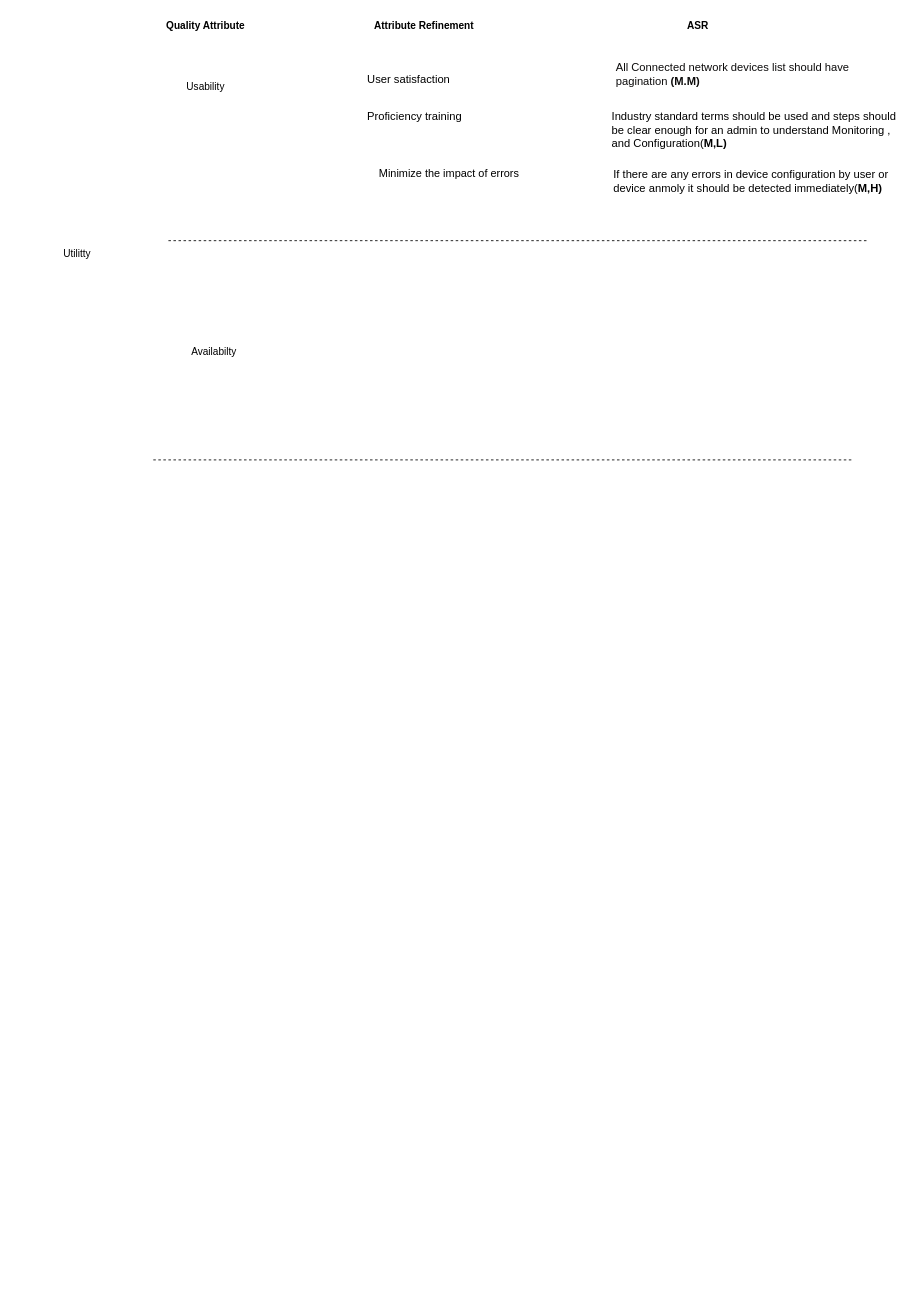
The draw.io diagram page "Page-5" (5 of 5) of Untitled Diagram.drawio in Gajanana/FirstPhase, before the edit. Source tidied: cells renumbered, new cells numbered last; positions are measured from the earlier drawing's top-left corner, leaving out a move shared by most shapes. Both pictures are drawn from the tidied source at 84%, with x=0, y=0 at pixel (51, 14).
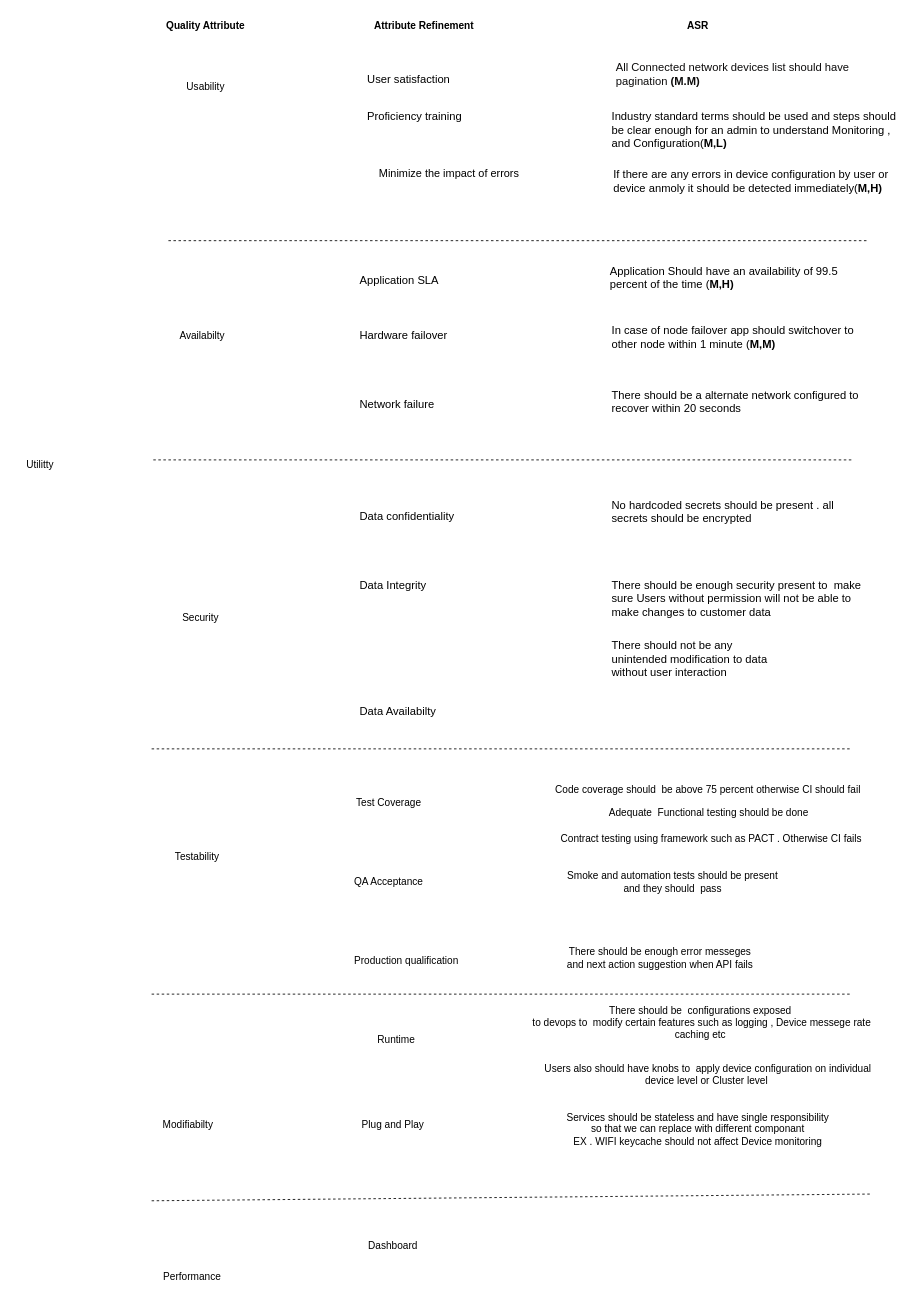
The same page after the edit.

What changed in the source:
```diff
@@
     <mxCell id="2" value="Utilitty" style="text;html=1;align=center;verticalAlign=middle;strokeColor=none;fillColor=none;" parent="1" vertex="1">
-      <mxGeometry y="270" width="60" height="30" as="geometry" />
+      <mxGeometry x="-44" y="521" width="60" height="30" as="geometry" />
     </mxCell>
@@
     <mxCell id="15" value="Availabilty" style="text;html=1;align=center;verticalAlign=middle;strokeColor=none;fillColor=none;" parent="1" vertex="1">
-      <mxGeometry x="157" y="389" width="72" height="26" as="geometry" />
+      <mxGeometry x="142.5" y="370" width="72" height="26" as="geometry" />
     </mxCell>
+    <mxCell id="16" value="&lt;span style=&quot;font-size: 10pt;&quot;&gt;Application SLA&lt;/span&gt;" style="text;whiteSpace=wrap;html=1;" parent="1" vertex="1">
+      <mxGeometry x="365" y="302" width="148.5" height="38" as="geometry" />
+    </mxCell>
+    <mxCell id="17" value="&lt;span style=&quot;font-size: 10pt;&quot;&gt;Application Should have an availability of 99.5 percent of the time (&lt;/span&gt;&lt;b style=&quot;font-size: 13.3333px;&quot;&gt;M,H)&lt;/b&gt;" style="text;whiteSpace=wrap;html=1;" parent="1" vertex="1">
+      <mxGeometry x="663" y="291" width="305" height="38" as="geometry" />
+    </mxCell>
+    <mxCell id="18" value="&lt;span style=&quot;font-size: 10pt;&quot;&gt;Hardware failover&lt;/span&gt;" style="text;whiteSpace=wrap;html=1;" parent="1" vertex="1">
+      <mxGeometry x="365" y="368" width="148.5" height="38" as="geometry" />
+    </mxCell>
+    <mxCell id="19" value="&lt;span style=&quot;font-size: 10pt;&quot;&gt;In case of node failover app should switchover to other node within 1 minute&amp;nbsp;&lt;/span&gt;&lt;span style=&quot;font-size: 10pt;&quot;&gt;(&lt;/span&gt;&lt;b style=&quot;font-size: 13.3333px;&quot;&gt;M,M)&lt;/b&gt;" style="text;whiteSpace=wrap;html=1;" parent="1" vertex="1">
+      <mxGeometry x="665" y="362" width="305" height="38" as="geometry" />
+    </mxCell>
+    <mxCell id="20" value="&lt;span style=&quot;font-size: 10pt;&quot;&gt;Network failure&lt;/span&gt;" style="text;whiteSpace=wrap;html=1;" parent="1" vertex="1">
+      <mxGeometry x="365" y="450" width="148.5" height="38" as="geometry" />
+    </mxCell>
+    <mxCell id="21" value="&lt;span style=&quot;font-size: 13.3333px;&quot;&gt;There should be a alternate network configured to recover within 20 seconds&lt;/span&gt;" style="text;whiteSpace=wrap;html=1;" parent="1" vertex="1">
+      <mxGeometry x="665" y="439" width="310" height="38" as="geometry" />
+    </mxCell>
+    <mxCell id="22" style="endArrow=none;html=1;rounded=0;fontFamily=Helvetica;fontColor=#000000;dashed=1;" parent="1" edge="1">
+      <mxGeometry relative="1" as="geometry">
+        <mxPoint x="119" y="874" as="sourcePoint" />
+        <mxPoint x="953" y="874" as="targetPoint" />
+      </mxGeometry>
+    </mxCell>
+    <mxCell id="23" value="Security" style="text;html=1;align=center;verticalAlign=middle;strokeColor=none;fillColor=none;" parent="1" vertex="1">
+      <mxGeometry x="146" y="705" width="61" height="26" as="geometry" />
+    </mxCell>
+    <mxCell id="24" value="&lt;span style=&quot;font-size: 10pt;&quot;&gt;Data confidentiality&lt;/span&gt;" style="text;whiteSpace=wrap;html=1;" parent="1" vertex="1">
+      <mxGeometry x="365" y="583" width="148.5" height="38" as="geometry" />
+    </mxCell>
+    <mxCell id="25" value="&lt;span style=&quot;font-size: 13.3333px;&quot;&gt;No hardcoded secrets should be present . all secrets should be encrypted&amp;nbsp;&lt;/span&gt;" style="text;whiteSpace=wrap;html=1;" parent="1" vertex="1">
+      <mxGeometry x="665" y="570" width="305" height="38" as="geometry" />
+    </mxCell>
+    <mxCell id="26" value="&lt;span style=&quot;font-size: 10pt;&quot;&gt;Data Integrity&lt;/span&gt;" style="text;whiteSpace=wrap;html=1;" parent="1" vertex="1">
+      <mxGeometry x="365" y="665" width="148.5" height="38" as="geometry" />
+    </mxCell>
+    <mxCell id="27" value="&lt;span style=&quot;font-size: 13.3333px;&quot;&gt;There should be enough security present to&amp;nbsp; make sure Users without permission will not be able to make changes to customer data&lt;/span&gt;" style="text;whiteSpace=wrap;html=1;" parent="1" vertex="1">
+      <mxGeometry x="665" y="665" width="305" height="38" as="geometry" />
+    </mxCell>
+    <mxCell id="28" value="&lt;span style=&quot;font-size: 13.3333px;&quot;&gt;There should not be any unintended modification to data without user interaction&lt;/span&gt;" style="text;whiteSpace=wrap;html=1;" parent="1" vertex="1">
+      <mxGeometry x="665" y="737" width="194" height="61" as="geometry" />
+    </mxCell>
+    <mxCell id="29" style="endArrow=none;html=1;rounded=0;fontFamily=Helvetica;fontColor=#000000;dashed=1;" parent="1" edge="1">
+      <mxGeometry relative="1" as="geometry">
+        <mxPoint x="119" y="1166" as="sourcePoint" />
+        <mxPoint x="953" y="1166" as="targetPoint" />
+      </mxGeometry>
+    </mxCell>
+    <mxCell id="30" value="Testability" style="text;html=1;align=center;verticalAlign=middle;strokeColor=none;fillColor=none;" parent="1" vertex="1">
+      <mxGeometry x="137.5" y="990" width="71" height="26" as="geometry" />
+    </mxCell>
+    <mxCell id="31" value="&lt;span style=&quot;font-size: 10pt;&quot;&gt;Data Availabilty&lt;/span&gt;" style="text;whiteSpace=wrap;html=1;" parent="1" vertex="1">
+      <mxGeometry x="365" y="815" width="148.5" height="38" as="geometry" />
+    </mxCell>
+    <mxCell id="32" value="Test Coverage" style="text;html=1;align=center;verticalAlign=middle;strokeColor=none;fillColor=none;" parent="1" vertex="1">
+      <mxGeometry x="353" y="926" width="95" height="26" as="geometry" />
+    </mxCell>
+    <mxCell id="33" value="Code coverage should&amp;nbsp; be above 75 percent otherwise CI should fail" style="text;html=1;align=center;verticalAlign=middle;strokeColor=none;fillColor=none;" parent="1" vertex="1">
+      <mxGeometry x="590" y="910" width="382" height="26" as="geometry" />
+    </mxCell>
+    <mxCell id="34" value="Adequate&amp;nbsp; Functional testing should be done" style="text;html=1;align=center;verticalAlign=middle;strokeColor=none;fillColor=none;" parent="1" vertex="1">
+      <mxGeometry x="654" y="938" width="256" height="26" as="geometry" />
+    </mxCell>
+    <mxCell id="35" value="Contract testing using framework such as PACT . Otherwise CI fails" style="text;html=1;align=center;verticalAlign=middle;strokeColor=none;fillColor=none;" parent="1" vertex="1">
+      <mxGeometry x="597" y="968" width="376" height="26" as="geometry" />
+    </mxCell>
+    <mxCell id="36" value="QA Acceptance" style="text;html=1;align=center;verticalAlign=middle;strokeColor=none;fillColor=none;" parent="1" vertex="1">
+      <mxGeometry x="351" y="1020" width="100" height="26" as="geometry" />
+    </mxCell>
+    <mxCell id="37" value="Smoke and automation tests should be present &lt;br&gt;and they should&amp;nbsp; pass" style="text;html=1;align=center;verticalAlign=middle;strokeColor=none;fillColor=none;" parent="1" vertex="1">
+      <mxGeometry x="604" y="1012.5" width="269" height="41" as="geometry" />
+    </mxCell>
+    <mxCell id="38" value="There should be enough error messeges &lt;br&gt;and next action suggestion when API fails" style="text;html=1;align=center;verticalAlign=middle;strokeColor=none;fillColor=none;" parent="1" vertex="1">
+      <mxGeometry x="604" y="1102" width="239" height="41" as="geometry" />
+    </mxCell>
+    <mxCell id="39" value="Production qualification" style="text;html=1;align=center;verticalAlign=middle;strokeColor=none;fillColor=none;" parent="1" vertex="1">
+      <mxGeometry x="351" y="1114" width="142" height="26" as="geometry" />
+    </mxCell>
+    <mxCell id="40" value="Modifiabilty" style="text;html=1;align=center;verticalAlign=middle;strokeColor=none;fillColor=none;" parent="1" vertex="1">
+      <mxGeometry x="123" y="1309" width="78" height="26" as="geometry" />
+    </mxCell>
+    <mxCell id="41" value="Runtime" style="text;html=1;align=center;verticalAlign=middle;strokeColor=none;fillColor=none;" parent="1" vertex="1">
+      <mxGeometry x="378" y="1208" width="63" height="26" as="geometry" />
+    </mxCell>
+    <mxCell id="42" value="There should be&amp;nbsp; configurations exposed&lt;br&gt;&amp;nbsp;to devops to&amp;nbsp; modify certain features such as logging , Device messege rate&lt;br&gt;caching etc" style="text;html=1;align=center;verticalAlign=middle;strokeColor=none;fillColor=none;" parent="1" vertex="1">
+      <mxGeometry x="560" y="1172" width="424" height="55" as="geometry" />
+    </mxCell>
+    <mxCell id="43" value="Users also should have knobs to&amp;nbsp; apply device configuration on individual&lt;br&gt;device level or Cluster level&amp;nbsp;" style="text;html=1;align=center;verticalAlign=middle;strokeColor=none;fillColor=none;" parent="1" vertex="1">
+      <mxGeometry x="577.5" y="1241" width="407" height="41" as="geometry" />
+    </mxCell>
+    <mxCell id="44" value="Plug and Play" style="text;html=1;align=center;verticalAlign=middle;strokeColor=none;fillColor=none;" parent="1" vertex="1">
+      <mxGeometry x="360" y="1309" width="92" height="26" as="geometry" />
+    </mxCell>
+    <mxCell id="45" value="Services should be stateless and have single responsibility &lt;br&gt;so that we can replace with different componant &lt;br&gt;EX . WIFI keycache should not affect Device monitoring" style="text;html=1;align=center;verticalAlign=middle;strokeColor=none;fillColor=none;" parent="1" vertex="1">
+      <mxGeometry x="603.5" y="1299" width="330" height="55" as="geometry" />
+    </mxCell>
+    <mxCell id="46" style="endArrow=none;html=1;rounded=0;fontFamily=Helvetica;fontColor=#000000;dashed=1;" parent="1" edge="1">
+      <mxGeometry relative="1" as="geometry">
+        <mxPoint x="119" y="1412" as="sourcePoint" />
+        <mxPoint x="975" y="1404" as="targetPoint" />
+      </mxGeometry>
+    </mxCell>
+    <mxCell id="47" value="Performance" style="text;html=1;align=center;verticalAlign=middle;strokeColor=none;fillColor=none;" parent="1" vertex="1">
+      <mxGeometry x="123" y="1490" width="87" height="26" as="geometry" />
+    </mxCell>
+    <mxCell id="48" value="Dashboard" style="text;html=1;align=center;verticalAlign=middle;strokeColor=none;fillColor=none;" parent="1" vertex="1">
+      <mxGeometry x="367" y="1453" width="77" height="26" as="geometry" />
+    </mxCell>
```
